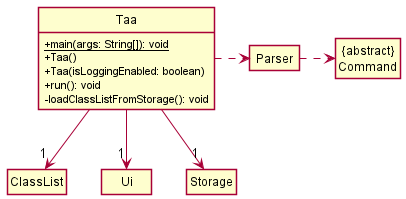
Before: docs/diagrams/class/TaaClassDiagram.png, a diagram exported from PlantUML (nus-cs2113-AY2122S1/tp).
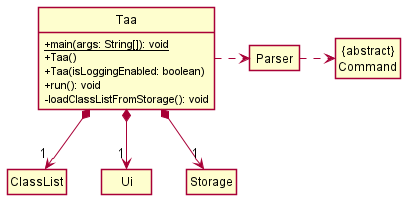
After the commit.

Commit message:
Update TaaClassDiagram and ClassListClassDiagram

What changed in the source:
```diff
@@ -15,9 +15,9 @@
 class Parser
 class Command as "{abstract}\nCommand"
 
-Taa -down-> "1" ClassList
-Taa -down-> "1" Ui
-Taa -down-> "1" Storage
+Taa *-down-> "1" ClassList
+Taa *-down-> "1" Ui
+Taa *-down-> "1" Storage
 Taa .right.> Parser
 Parser .right.> Command
 
```
